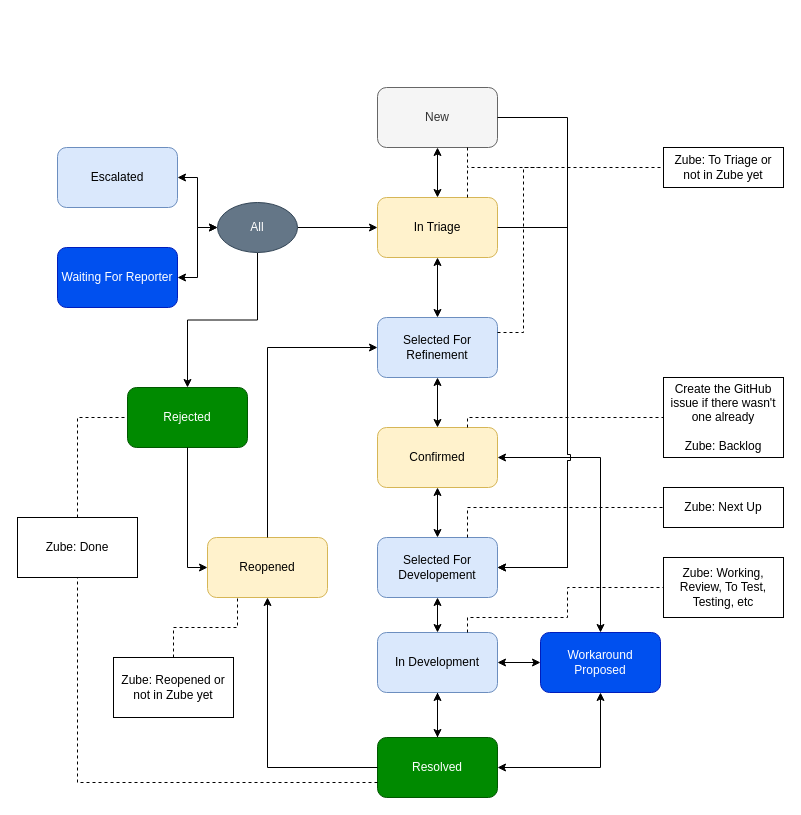
Before: Workflows/JIRA/JIRA-Bug-Flow.drawio in MKlimuszka/project-management, a draw.io diagram. Source tidied: cells renumbered, new cells numbered last; positions are measured from the earlier drawing's top-left corner, leaving out a move shared by most shapes. Both pictures are drawn from the tidied source at 100%, with x=0, y=0 at pixel (17, 87).
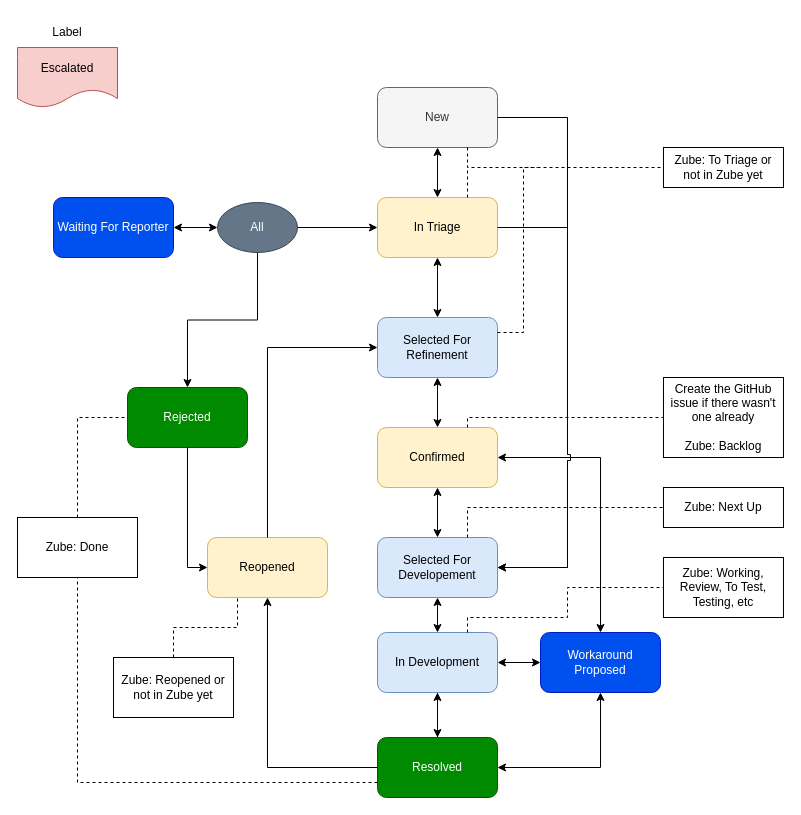
After the change.

Commit message:
Change Escalated to a label

The change refers to these unchanged cells:
```xml
<mxCell id="25" value="All" style="ellipse;whiteSpace=wrap;html=1;fillColor=#647687;fontColor=#ffffff;strokeColor=#314354;" parent="1" vertex="1">
  <mxGeometry x="200" y="115" width="80" height="50" as="geometry" />
</mxCell>
```

Diff of the diagram source:
```diff
@@
     <mxCell id="3" value="Waiting For Reporter" style="rounded=1;whiteSpace=wrap;html=1;fillColor=#0050ef;strokeColor=#001DBC;fontColor=#ffffff;" parent="1" vertex="1">
-      <mxGeometry x="40" y="160" width="120" height="60" as="geometry" />
+      <mxGeometry x="36" y="110" width="120" height="60" as="geometry" />
     </mxCell>
@@
-    <mxCell id="30" value="Escalated" style="rounded=1;whiteSpace=wrap;html=1;fillColor=#dae8fc;strokeColor=#6c8ebf;" parent="1" vertex="1">
-      <mxGeometry x="40" y="60" width="120" height="60" as="geometry" />
-    </mxCell>
-    <mxCell id="31" style="edgeStyle=orthogonalEdgeStyle;rounded=0;jettySize=auto;html=1;startArrow=classic;startFill=1;exitX=0;exitY=0.5;exitDx=0;exitDy=0;entryX=1;entryY=0.5;entryDx=0;entryDy=0;" parent="1" edge="1" source="25" target="30">
-      <mxGeometry relative="1" as="geometry" />
-    </mxCell>
@@
+    <mxCell id="30" value="Escalated" style="shape=document;whiteSpace=wrap;html=1;boundedLbl=1;fillColor=#f8cecc;strokeColor=#b85450;" parent="1" vertex="1">
+      <mxGeometry y="-40" width="100" height="60" as="geometry" />
+    </mxCell>
+    <mxCell id="49" value="Label" style="text;html=1;strokeColor=none;fillColor=none;align=center;verticalAlign=middle;whiteSpace=wrap;rounded=0;" parent="1" vertex="1">
+      <mxGeometry x="20" y="-70" width="60" height="30" as="geometry" />
+    </mxCell>
```
